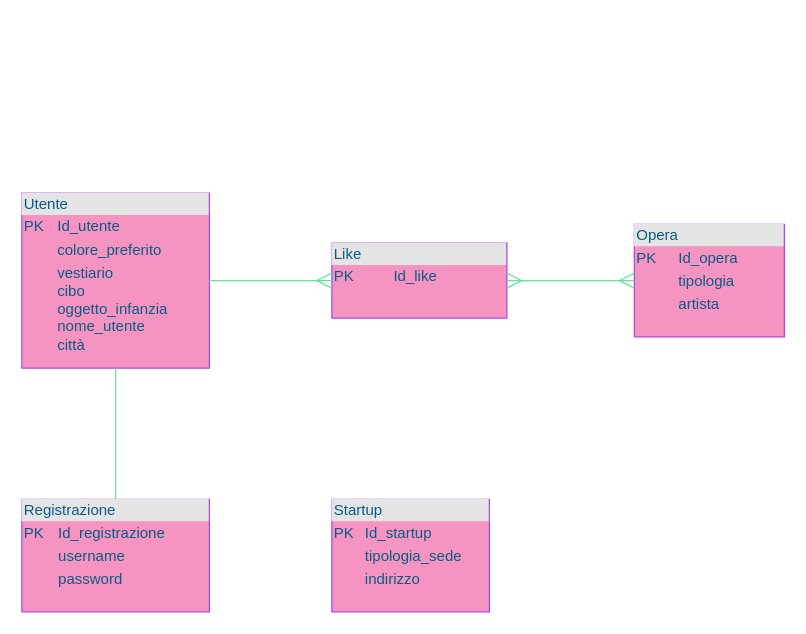
Above: ArtisticMood.drawio in ChiaraGismondi02/ArtisticMood (draw.io), before the change. Source tidied: cells renumbered, new cells numbered last; positions are measured from the earlier drawing's top-left corner, leaving out a move shared by most shapes. Both pictures are drawn from the tidied source at 125%, with x=0, y=0 at pixel (21, 192).
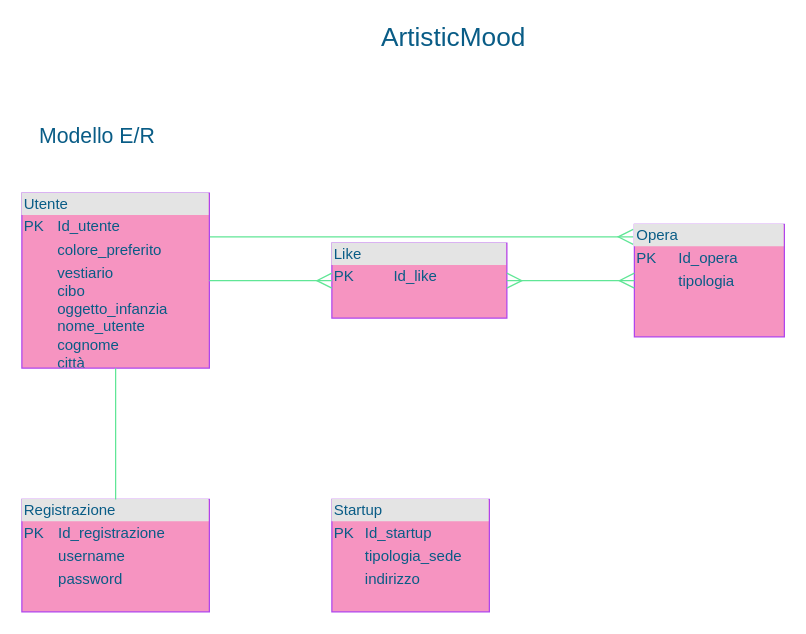
After the change.

What changed in the source:
```diff
@@
 <mxGraphModel>
   <root>
     <mxCell id="0" />
     <mxCell id="1" parent="0" />
+    <mxCell id="10" style="edgeStyle=orthogonalEdgeStyle;curved=0;rounded=1;sketch=0;jettySize=auto;html=1;exitX=1;exitY=0.25;exitDx=0;exitDy=0;entryX=-0.008;entryY=0.111;entryDx=0;entryDy=0;entryPerimeter=0;fontColor=#095C86;strokeColor=#60E696;fillColor=#F694C1;endArrow=ERmany;endFill=0;endSize=10;" parent="1" edge="1" source="2" target="3">
+      <mxGeometry relative="1" as="geometry" />
+    </mxCell>
-    <mxCell id="2" value="&lt;div style=&quot;box-sizing: border-box ; width: 100% ; background: #e4e4e4 ; padding: 2px&quot;&gt;Utente&lt;/div&gt;&lt;table style=&quot;width: 100% ; font-size: 1em&quot; cellpadding=&quot;2&quot; cellspacing=&quot;0&quot;&gt;&lt;tbody&gt;&lt;tr&gt;&lt;td&gt;PK&lt;/td&gt;&lt;td&gt;Id_utente&lt;/td&gt;&lt;/tr&gt;&lt;tr&gt;&lt;td&gt;&lt;br&gt;&lt;/td&gt;&lt;td&gt;colore_preferito&lt;/td&gt;&lt;/tr&gt;&lt;tr&gt;&lt;td&gt;&lt;/td&gt;&lt;td&gt;vestiario&lt;br&gt;cibo&lt;br&gt;oggetto_infanzia&lt;br&gt;nome_utente&lt;br&gt;città&lt;/td&gt;&lt;/tr&gt;&lt;/tbody&gt;&lt;/table&gt;" style="verticalAlign=top;align=left;overflow=fill;html=1;fillColor=#F694C1;strokeColor=#AF45ED;fontColor=#095C86;" parent="1" vertex="1">
+    <mxCell id="2" value="&lt;div style=&quot;box-sizing: border-box ; width: 100% ; background: #e4e4e4 ; padding: 2px&quot;&gt;Utente&lt;/div&gt;&lt;table style=&quot;width: 100% ; font-size: 1em&quot; cellpadding=&quot;2&quot; cellspacing=&quot;0&quot;&gt;&lt;tbody&gt;&lt;tr&gt;&lt;td&gt;PK&lt;/td&gt;&lt;td&gt;Id_utente&lt;/td&gt;&lt;/tr&gt;&lt;tr&gt;&lt;td&gt;&lt;br&gt;&lt;/td&gt;&lt;td&gt;colore_preferito&lt;/td&gt;&lt;/tr&gt;&lt;tr&gt;&lt;td&gt;&lt;/td&gt;&lt;td&gt;vestiario&lt;br&gt;cibo&lt;br&gt;oggetto_infanzia&lt;br&gt;nome_utente&lt;br&gt;cognome&lt;br&gt;città&lt;/td&gt;&lt;/tr&gt;&lt;/tbody&gt;&lt;/table&gt;" style="verticalAlign=top;align=left;overflow=fill;html=1;fillColor=#F694C1;strokeColor=#AF45ED;fontColor=#095C86;" parent="1" vertex="1">
       <mxGeometry width="150" height="140" as="geometry" />
     </mxCell>
-    <mxCell id="3" value="&lt;div style=&quot;box-sizing: border-box ; width: 100% ; background: #e4e4e4 ; padding: 2px&quot;&gt;Opera&lt;/div&gt;&lt;table style=&quot;width: 100% ; font-size: 1em&quot; cellpadding=&quot;2&quot; cellspacing=&quot;0&quot;&gt;&lt;tbody&gt;&lt;tr&gt;&lt;td&gt;PK&lt;/td&gt;&lt;td&gt;Id_opera&lt;/td&gt;&lt;/tr&gt;&lt;tr&gt;&lt;td&gt;&lt;br&gt;&lt;/td&gt;&lt;td&gt;tipologia&lt;/td&gt;&lt;/tr&gt;&lt;tr&gt;&lt;td&gt;&lt;/td&gt;&lt;td&gt;artista&lt;/td&gt;&lt;/tr&gt;&lt;/tbody&gt;&lt;/table&gt;" style="verticalAlign=top;align=left;overflow=fill;html=1;fillColor=#F694C1;strokeColor=#AF45ED;fontColor=#095C86;" parent="1" vertex="1">
+    <mxCell id="3" value="&lt;div style=&quot;box-sizing: border-box ; width: 100% ; background: #e4e4e4 ; padding: 2px&quot;&gt;Opera&lt;/div&gt;&lt;table style=&quot;width: 100% ; font-size: 1em&quot; cellpadding=&quot;2&quot; cellspacing=&quot;0&quot;&gt;&lt;tbody&gt;&lt;tr&gt;&lt;td&gt;PK&lt;/td&gt;&lt;td&gt;Id_opera&lt;/td&gt;&lt;/tr&gt;&lt;tr&gt;&lt;td&gt;&lt;br&gt;&lt;/td&gt;&lt;td&gt;tipologia&lt;/td&gt;&lt;/tr&gt;&lt;tr&gt;&lt;td&gt;&lt;/td&gt;&lt;td&gt;&lt;br&gt;&lt;/td&gt;&lt;/tr&gt;&lt;/tbody&gt;&lt;/table&gt;" style="verticalAlign=top;align=left;overflow=fill;html=1;fillColor=#F694C1;strokeColor=#AF45ED;fontColor=#095C86;" parent="1" vertex="1">
       <mxGeometry x="490" y="25" width="120" height="90" as="geometry" />
     </mxCell>
     <mxCell id="4" value="&lt;div style=&quot;box-sizing: border-box ; width: 100% ; background: #e4e4e4 ; padding: 2px&quot;&gt;Registrazione&lt;/div&gt;&lt;table style=&quot;width: 100% ; font-size: 1em&quot; cellpadding=&quot;2&quot; cellspacing=&quot;0&quot;&gt;&lt;tbody&gt;&lt;tr&gt;&lt;td&gt;PK&lt;/td&gt;&lt;td&gt;Id_registrazione&lt;/td&gt;&lt;/tr&gt;&lt;tr&gt;&lt;td&gt;&lt;br&gt;&lt;/td&gt;&lt;td&gt;username&lt;/td&gt;&lt;/tr&gt;&lt;tr&gt;&lt;td&gt;&lt;/td&gt;&lt;td&gt;password&lt;/td&gt;&lt;/tr&gt;&lt;/tbody&gt;&lt;/table&gt;" style="verticalAlign=top;align=left;overflow=fill;html=1;fillColor=#F694C1;strokeColor=#AF45ED;fontColor=#095C86;" parent="1" vertex="1">
       <mxGeometry y="245" width="150" height="90" as="geometry" />
     </mxCell>
     <mxCell id="5" value="&lt;div style=&quot;box-sizing: border-box ; width: 100% ; background: #e4e4e4 ; padding: 2px&quot;&gt;Startup&lt;/div&gt;&lt;table style=&quot;width: 100% ; font-size: 1em&quot; cellpadding=&quot;2&quot; cellspacing=&quot;0&quot;&gt;&lt;tbody&gt;&lt;tr&gt;&lt;td&gt;PK&lt;/td&gt;&lt;td&gt;Id_startup&lt;/td&gt;&lt;/tr&gt;&lt;tr&gt;&lt;td&gt;&lt;br&gt;&lt;/td&gt;&lt;td&gt;tipologia_sede&lt;/td&gt;&lt;/tr&gt;&lt;tr&gt;&lt;td&gt;&lt;/td&gt;&lt;td&gt;indirizzo&lt;br&gt;&lt;br&gt;&lt;/td&gt;&lt;/tr&gt;&lt;/tbody&gt;&lt;/table&gt;" style="verticalAlign=top;align=left;overflow=fill;html=1;fillColor=#F694C1;strokeColor=#AF45ED;fontColor=#095C86;" parent="1" vertex="1">
       <mxGeometry x="248" y="245" width="126" height="90" as="geometry" />
     </mxCell>
     <mxCell id="6" value="&lt;div style=&quot;box-sizing: border-box ; width: 100% ; background: #e4e4e4 ; padding: 2px&quot;&gt;Like&lt;/div&gt;&lt;table style=&quot;width: 100% ; font-size: 1em&quot; cellpadding=&quot;2&quot; cellspacing=&quot;0&quot;&gt;&lt;tbody&gt;&lt;tr&gt;&lt;td&gt;PK&lt;/td&gt;&lt;td&gt;Id_like&lt;/td&gt;&lt;/tr&gt;&lt;tr&gt;&lt;td&gt;&lt;br&gt;&lt;/td&gt;&lt;td&gt;&lt;br&gt;&lt;/td&gt;&lt;/tr&gt;&lt;tr&gt;&lt;td&gt;&lt;/td&gt;&lt;td&gt;&lt;br&gt;&lt;/td&gt;&lt;/tr&gt;&lt;/tbody&gt;&lt;/table&gt;" style="verticalAlign=top;align=left;overflow=fill;html=1;fillColor=#F694C1;strokeColor=#AF45ED;fontColor=#095C86;" parent="1" vertex="1">
       <mxGeometry x="248" y="40" width="140" height="60" as="geometry" />
     </mxCell>
     <mxCell id="7" style="endArrow=ERmany;endFill=0;endSize=10;html=1;startSize=10;exitX=1;exitY=0.5;exitDx=0;exitDy=0;entryX=0;entryY=0.5;entryDx=0;entryDy=0;strokeColor=#60E696;fontColor=#095C86;" parent="1" edge="1" source="2" target="6">
       <mxGeometry relative="1" as="geometry" />
     </mxCell>
     <mxCell id="8" style="endArrow=ERmany;endFill=0;endSize=10;html=1;exitX=0;exitY=0.5;exitDx=0;exitDy=0;startArrow=ERmany;startFill=0;startSize=10;entryX=1;entryY=0.5;entryDx=0;entryDy=0;strokeColor=#60E696;fontColor=#095C86;" parent="1" edge="1" source="3" target="6">
       <mxGeometry relative="1" as="geometry" />
     </mxCell>
     <mxCell id="9" style="endArrow=none;endFill=0;endSize=12;html=1;exitX=0.5;exitY=0;exitDx=0;exitDy=0;entryX=0.5;entryY=1;entryDx=0;entryDy=0;strokeColor=#60E696;fontColor=#095C86;" parent="1" edge="1" source="4" target="2">
       <mxGeometry relative="1" as="geometry" />
     </mxCell>
+    <mxCell id="11" value="&lt;font style=&quot;font-size: 17px&quot;&gt;Modello E/R&lt;/font&gt;" style="text;html=1;align=center;verticalAlign=middle;fillColor=none;strokeColor=none;rounded=0;sketch=0;fontColor=#095C86;" parent="1" vertex="1">
+      <mxGeometry x="5" y="-55" width="110" height="20" as="geometry" />
+    </mxCell>
+    <mxCell id="12" value="&lt;font style=&quot;font-size: 21px&quot;&gt;ArtisticMood&lt;/font&gt;" style="text;html=1;align=center;verticalAlign=middle;fillColor=none;strokeColor=none;rounded=0;sketch=0;fontColor=#095C86;" parent="1" vertex="1">
+      <mxGeometry x="280" y="-135" width="130" height="20" as="geometry" />
+    </mxCell>
   </root>
 </mxGraphModel>
```
